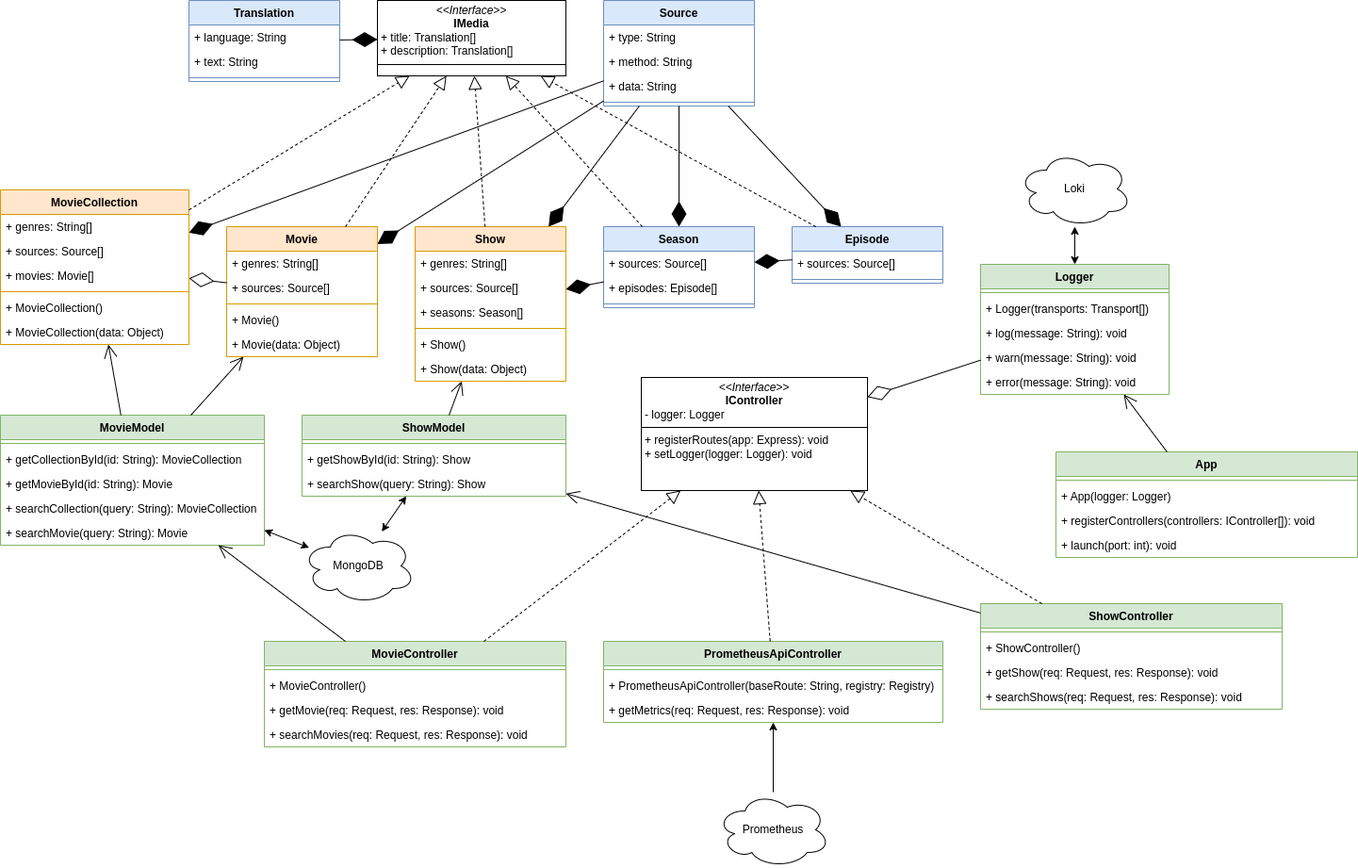
The draw.io diagram docs/img/mdb-classes.png in TimKral5/mediadb, before a commit. Source tidied: cells renumbered, new cells last; positions are measured from the earlier drawing's top-left corner, leaving out a move shared by most shapes.
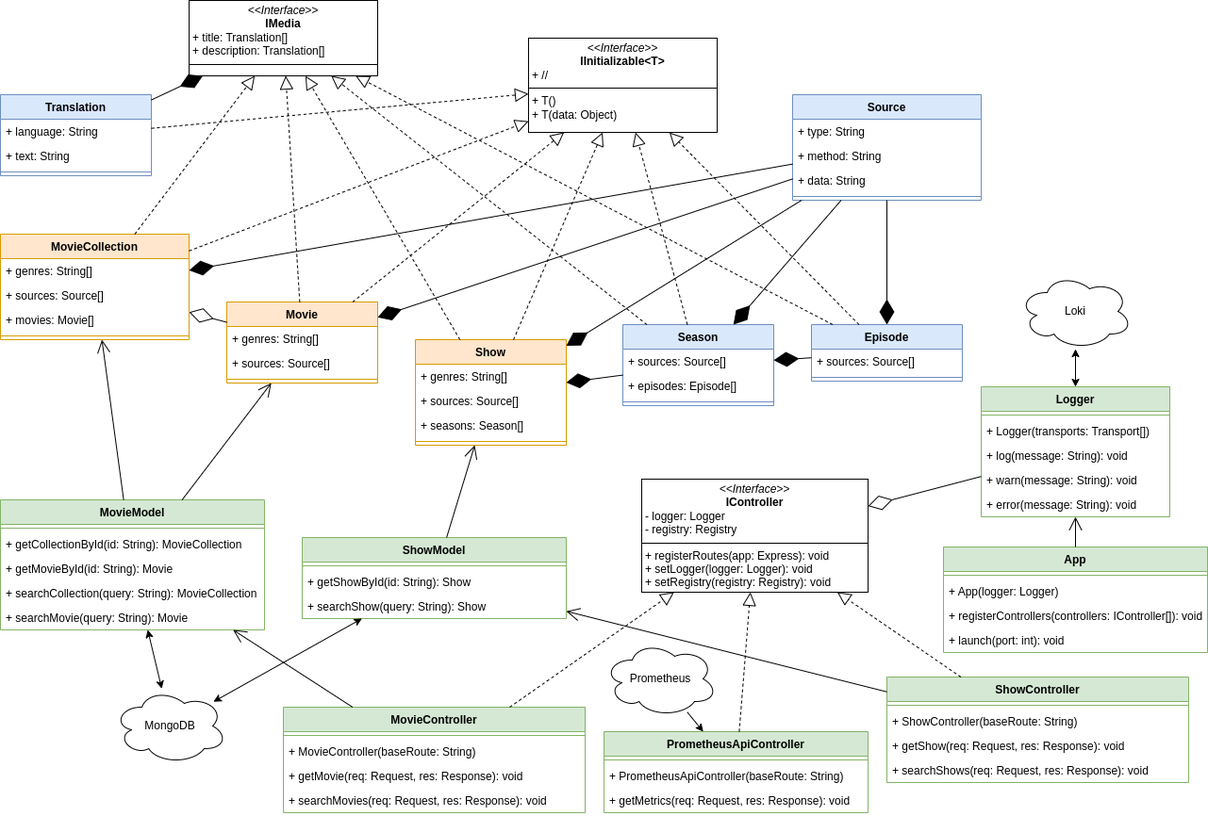
Above is the later version.

Commit message:
add interface for constructors of database types to class diagram

What changed in the source:
```diff
@@ -5,3 +5,3 @@
     <mxCell id="2" value="Movie" style="swimlane;fontStyle=1;align=center;verticalAlign=top;horizontal=1;startSize=26;whiteSpace=wrap;html=1;fillColor=#ffe6cc;strokeColor=#d79b00;" parent="1" vertex="1">
-      <mxGeometry x="240" y="240" width="160" height="138" as="geometry" />
+      <mxGeometry x="320" y="420" width="160" height="86" as="geometry" />
     </mxCell>
@@ -16,10 +16,4 @@
     </mxCell>
-    <mxCell id="6" value="+ Movie()" style="text;strokeColor=none;fillColor=none;align=left;verticalAlign=top;spacingLeft=4;spacingRight=4;overflow=hidden;whiteSpace=wrap;html=1;" parent="2" vertex="1">
-      <mxGeometry y="86" width="160" height="26" as="geometry" />
-    </mxCell>
-    <mxCell id="7" value="+ Movie(data: Object)" style="text;strokeColor=none;fillColor=none;align=left;verticalAlign=top;spacingLeft=4;spacingRight=4;overflow=hidden;whiteSpace=wrap;html=1;" parent="2" vertex="1">
-      <mxGeometry y="112" width="160" height="26" as="geometry" />
-    </mxCell>
     <mxCell id="8" value="Translation" style="swimlane;fontStyle=1;align=center;verticalAlign=top;horizontal=1;startSize=26;whiteSpace=wrap;html=1;fillColor=#dae8fc;strokeColor=#6c8ebf;" parent="1" vertex="1">
-      <mxGeometry x="200" width="160" height="86" as="geometry" />
+      <mxGeometry x="80" y="200" width="160" height="86" as="geometry" />
     </mxCell>
@@ -35,3 +29,3 @@
     <mxCell id="12" value="Show" style="swimlane;fontStyle=1;align=center;verticalAlign=top;horizontal=1;startSize=26;whiteSpace=wrap;html=1;fillColor=#ffe6cc;strokeColor=#d79b00;" parent="1" vertex="1">
-      <mxGeometry x="440" y="240" width="160" height="164" as="geometry" />
+      <mxGeometry x="520" y="460" width="160" height="112" as="geometry" />
     </mxCell>
@@ -49,10 +43,4 @@
     </mxCell>
-    <mxCell id="17" value="+ Show()" style="text;strokeColor=none;fillColor=none;align=left;verticalAlign=top;spacingLeft=4;spacingRight=4;overflow=hidden;whiteSpace=wrap;html=1;" parent="12" vertex="1">
-      <mxGeometry y="112" width="160" height="26" as="geometry" />
-    </mxCell>
-    <mxCell id="18" value="+ Show(data: Object)" style="text;strokeColor=none;fillColor=none;align=left;verticalAlign=top;spacingLeft=4;spacingRight=4;overflow=hidden;whiteSpace=wrap;html=1;" parent="12" vertex="1">
-      <mxGeometry y="138" width="160" height="26" as="geometry" />
-    </mxCell>
     <mxCell id="19" value="&lt;p style=&quot;margin:0px;margin-top:4px;text-align:center;&quot;&gt;&lt;i&gt;&amp;lt;&amp;lt;Interface&amp;gt;&amp;gt;&lt;/i&gt;&lt;br&gt;&lt;b&gt;IMedia&lt;/b&gt;&lt;/p&gt;&lt;p style=&quot;margin:0px;margin-left:4px;&quot;&gt;&lt;span style=&quot;background-color: transparent; color: light-dark(rgb(0, 0, 0), rgb(255, 255, 255));&quot;&gt;+ title: Translation[]&lt;/span&gt;&lt;/p&gt;&lt;p style=&quot;margin:0px;margin-left:4px;&quot;&gt;+ description: Translation[]&lt;/p&gt;&lt;hr size=&quot;1&quot; style=&quot;border-style:solid;&quot;&gt;&lt;p style=&quot;margin:0px;margin-left:4px;&quot;&gt;&lt;br&gt;&lt;/p&gt;" style="verticalAlign=top;align=left;overflow=fill;html=1;whiteSpace=wrap;" parent="1" vertex="1">
-      <mxGeometry x="400" width="200" height="80" as="geometry" />
+      <mxGeometry x="280" y="100" width="200" height="80" as="geometry" />
     </mxCell>
@@ -68,3 +56,3 @@
     <mxCell id="23" value="Season" style="swimlane;fontStyle=1;align=center;verticalAlign=top;horizontal=1;startSize=26;whiteSpace=wrap;html=1;fillColor=#dae8fc;strokeColor=#6c8ebf;" parent="1" vertex="1">
-      <mxGeometry x="640" y="240" width="160" height="86" as="geometry" />
+      <mxGeometry x="740" y="444" width="160" height="86" as="geometry" />
     </mxCell>
@@ -83,15 +71,15 @@
     <mxCell id="28" value="Source" style="swimlane;fontStyle=1;align=center;verticalAlign=top;horizontal=1;startSize=26;whiteSpace=wrap;html=1;fillColor=#dae8fc;strokeColor=#6c8ebf;" parent="1" vertex="1">
-      <mxGeometry x="640" width="160" height="112" as="geometry" />
+      <mxGeometry x="920" y="200" width="200" height="112" as="geometry" />
     </mxCell>
     <mxCell id="29" value="+ type: String" style="text;strokeColor=none;fillColor=none;align=left;verticalAlign=top;spacingLeft=4;spacingRight=4;overflow=hidden;whiteSpace=wrap;html=1;" parent="28" vertex="1">
-      <mxGeometry y="26" width="160" height="26" as="geometry" />
+      <mxGeometry y="26" width="200" height="26" as="geometry" />
     </mxCell>
     <mxCell id="30" value="+ method: String" style="text;strokeColor=none;fillColor=none;align=left;verticalAlign=top;spacingLeft=4;spacingRight=4;overflow=hidden;whiteSpace=wrap;html=1;" parent="28" vertex="1">
-      <mxGeometry y="52" width="160" height="26" as="geometry" />
+      <mxGeometry y="52" width="200" height="26" as="geometry" />
     </mxCell>
     <mxCell id="31" value="+ data: String" style="text;strokeColor=none;fillColor=none;align=left;verticalAlign=top;spacingLeft=4;spacingRight=4;overflow=hidden;whiteSpace=wrap;html=1;" parent="28" vertex="1">
-      <mxGeometry y="78" width="160" height="26" as="geometry" />
+      <mxGeometry y="78" width="200" height="26" as="geometry" />
     </mxCell>
     <mxCell id="32" style="line;strokeWidth=1;fillColor=none;align=left;verticalAlign=middle;spacingTop=-1;spacingLeft=3;spacingRight=3;labelPosition=right;strokeColor=inherit;" parent="28" vertex="1">
-      <mxGeometry y="104" width="160" height="8" as="geometry" />
+      <mxGeometry y="104" width="200" height="8" as="geometry" />
     </mxCell>
@@ -104,3 +92,3 @@
     <mxCell id="35" value="Episode" style="swimlane;fontStyle=1;align=center;verticalAlign=top;horizontal=1;startSize=26;whiteSpace=wrap;html=1;fillColor=#dae8fc;strokeColor=#6c8ebf;" parent="1" vertex="1">
-      <mxGeometry x="840" y="240" width="160" height="60" as="geometry" />
+      <mxGeometry x="940" y="444" width="160" height="60" as="geometry" />
     </mxCell>
@@ -119,3 +107,3 @@
     <mxCell id="40" value="MovieCollection" style="swimlane;fontStyle=1;align=center;verticalAlign=top;horizontal=1;startSize=26;whiteSpace=wrap;html=1;fillColor=#ffe6cc;strokeColor=#d79b00;" parent="1" vertex="1">
-      <mxGeometry y="201" width="200" height="164" as="geometry" />
+      <mxGeometry x="80" y="348" width="200" height="112" as="geometry" />
     </mxCell>
@@ -133,8 +121,2 @@
     </mxCell>
-    <mxCell id="45" value="+ MovieCollection()" style="text;strokeColor=none;fillColor=none;align=left;verticalAlign=top;spacingLeft=4;spacingRight=4;overflow=hidden;whiteSpace=wrap;html=1;" parent="40" vertex="1">
-      <mxGeometry y="112" width="200" height="26" as="geometry" />
-    </mxCell>
-    <mxCell id="46" value="+ MovieCollection(data: Object)" style="text;strokeColor=none;fillColor=none;align=left;verticalAlign=top;spacingLeft=4;spacingRight=4;overflow=hidden;whiteSpace=wrap;html=1;" parent="40" vertex="1">
-      <mxGeometry y="138" width="200" height="26" as="geometry" />
-    </mxCell>
     <mxCell id="47" style="endArrow=diamondThin;endFill=1;endSize=24;html=1;rounded=0;" parent="1" edge="1" source="28" target="35">
@@ -152,6 +134,6 @@
     <mxCell id="51" value="MongoDB" style="ellipse;shape=cloud;whiteSpace=wrap;html=1;" parent="1" vertex="1">
-      <mxGeometry x="320" y="560" width="120" height="80" as="geometry" />
+      <mxGeometry x="200" y="830" width="120" height="80" as="geometry" />
     </mxCell>
     <mxCell id="52" value="MovieModel" style="swimlane;fontStyle=1;align=center;verticalAlign=top;horizontal=1;startSize=26;whiteSpace=wrap;html=1;fillColor=#d5e8d4;strokeColor=#82b366;" parent="1" vertex="1">
-      <mxGeometry y="440" width="280" height="138" as="geometry" />
+      <mxGeometry x="80" y="630" width="280" height="138" as="geometry" />
     </mxCell>
@@ -176,3 +158,3 @@
     <mxCell id="59" value="ShowModel" style="swimlane;fontStyle=1;align=center;verticalAlign=top;horizontal=1;startSize=26;whiteSpace=wrap;html=1;fillColor=#d5e8d4;strokeColor=#82b366;" parent="1" vertex="1">
-      <mxGeometry x="320" y="440" width="280" height="86" as="geometry" />
+      <mxGeometry x="400" y="670" width="280" height="86" as="geometry" />
     </mxCell>
@@ -206,3 +188,3 @@
     <mxCell id="69" value="ShowController" style="swimlane;fontStyle=1;align=center;verticalAlign=top;horizontal=1;startSize=26;whiteSpace=wrap;html=1;fillColor=#d5e8d4;strokeColor=#82b366;" parent="1" vertex="1">
-      <mxGeometry x="1040" y="640" width="320" height="112" as="geometry" />
+      <mxGeometry x="1020" y="818" width="320" height="112" as="geometry" />
     </mxCell>
@@ -211,3 +193,3 @@
     </mxCell>
-    <mxCell id="71" value="+ ShowController()" style="text;strokeColor=none;fillColor=none;align=left;verticalAlign=top;spacingLeft=4;spacingRight=4;overflow=hidden;whiteSpace=wrap;html=1;" parent="69" vertex="1">
+    <mxCell id="71" value="+ ShowController(baseRoute: String)" style="text;strokeColor=none;fillColor=none;align=left;verticalAlign=top;spacingLeft=4;spacingRight=4;overflow=hidden;whiteSpace=wrap;html=1;" parent="69" vertex="1">
       <mxGeometry y="34" width="320" height="26" as="geometry" />
@@ -221,3 +203,3 @@
     <mxCell id="74" value="MovieController" style="swimlane;fontStyle=1;align=center;verticalAlign=top;horizontal=1;startSize=26;whiteSpace=wrap;html=1;fillColor=#d5e8d4;strokeColor=#82b366;" parent="1" vertex="1">
-      <mxGeometry x="280" y="680" width="320" height="112" as="geometry" />
+      <mxGeometry x="380" y="850" width="320" height="112" as="geometry" />
     </mxCell>
@@ -226,3 +208,3 @@
     </mxCell>
-    <mxCell id="76" value="+ MovieController()" style="text;strokeColor=none;fillColor=none;align=left;verticalAlign=top;spacingLeft=4;spacingRight=4;overflow=hidden;whiteSpace=wrap;html=1;" parent="74" vertex="1">
+    <mxCell id="76" value="+ MovieController(baseRoute: String)" style="text;strokeColor=none;fillColor=none;align=left;verticalAlign=top;spacingLeft=4;spacingRight=4;overflow=hidden;whiteSpace=wrap;html=1;" parent="74" vertex="1">
       <mxGeometry y="34" width="320" height="26" as="geometry" />
@@ -236,15 +218,15 @@
     <mxCell id="79" value="PrometheusApiController" style="swimlane;fontStyle=1;align=center;verticalAlign=top;horizontal=1;startSize=26;whiteSpace=wrap;html=1;fillColor=#d5e8d4;strokeColor=#82b366;" parent="1" vertex="1">
-      <mxGeometry x="640" y="680" width="360" height="86" as="geometry" />
+      <mxGeometry x="720" y="876" width="280" height="86" as="geometry" />
     </mxCell>
     <mxCell id="80" style="line;strokeWidth=1;fillColor=none;align=left;verticalAlign=middle;spacingTop=-1;spacingLeft=3;spacingRight=3;labelPosition=right;strokeColor=inherit;" parent="79" vertex="1">
-      <mxGeometry y="26" width="360" height="8" as="geometry" />
+      <mxGeometry y="26" width="280" height="8" as="geometry" />
     </mxCell>
-    <mxCell id="81" value="+ PrometheusApiController(baseRoute: String, registry: Registry)" style="text;strokeColor=none;fillColor=none;align=left;verticalAlign=top;spacingLeft=4;spacingRight=4;overflow=hidden;whiteSpace=wrap;html=1;" parent="79" vertex="1">
-      <mxGeometry y="34" width="360" height="26" as="geometry" />
+    <mxCell id="81" value="+ PrometheusApiController(baseRoute: String)" style="text;strokeColor=none;fillColor=none;align=left;verticalAlign=top;spacingLeft=4;spacingRight=4;overflow=hidden;whiteSpace=wrap;html=1;" parent="79" vertex="1">
+      <mxGeometry y="34" width="280" height="26" as="geometry" />
     </mxCell>
     <mxCell id="82" value="+ getMetrics(req: Request, res: Response): void" style="text;strokeColor=none;fillColor=none;align=left;verticalAlign=top;spacingLeft=4;spacingRight=4;overflow=hidden;whiteSpace=wrap;html=1;" parent="79" vertex="1">
-      <mxGeometry y="60" width="360" height="26" as="geometry" />
+      <mxGeometry y="60" width="280" height="26" as="geometry" />
     </mxCell>
-    <mxCell id="83" value="&lt;p style=&quot;margin:0px;margin-top:4px;text-align:center;&quot;&gt;&lt;i&gt;&amp;lt;&amp;lt;Interface&amp;gt;&amp;gt;&lt;/i&gt;&lt;br&gt;&lt;b&gt;IController&lt;/b&gt;&lt;/p&gt;&lt;p style=&quot;margin:0px;margin-left:4px;&quot;&gt;- logger: Logger&lt;/p&gt;&lt;hr size=&quot;1&quot; style=&quot;border-style:solid;&quot;&gt;&lt;p style=&quot;margin:0px;margin-left:4px;&quot;&gt;+ registerRoutes(app: Express): void&lt;/p&gt;&lt;p style=&quot;margin:0px;margin-left:4px;&quot;&gt;+ setLogger(logger: Logger): void&lt;/p&gt;" style="verticalAlign=top;align=left;overflow=fill;html=1;whiteSpace=wrap;" parent="1" vertex="1">
-      <mxGeometry x="680" y="400" width="240" height="120" as="geometry" />
+    <mxCell id="83" value="&lt;p style=&quot;margin:0px;margin-top:4px;text-align:center;&quot;&gt;&lt;i&gt;&amp;lt;&amp;lt;Interface&amp;gt;&amp;gt;&lt;/i&gt;&lt;br&gt;&lt;b&gt;IController&lt;/b&gt;&lt;/p&gt;&lt;p style=&quot;margin:0px;margin-left:4px;&quot;&gt;- logger: Logger&lt;/p&gt;&lt;p style=&quot;margin:0px;margin-left:4px;&quot;&gt;- registry: Registry&lt;/p&gt;&lt;hr size=&quot;1&quot; style=&quot;border-style:solid;&quot;&gt;&lt;p style=&quot;margin:0px;margin-left:4px;&quot;&gt;+ registerRoutes(app: Express): void&lt;/p&gt;&lt;p style=&quot;margin:0px;margin-left:4px;&quot;&gt;+ setLogger(logger: Logger): void&lt;/p&gt;&lt;p style=&quot;margin:0px;margin-left:4px;&quot;&gt;+ setRegistry(registry: Registry): void&lt;/p&gt;" style="verticalAlign=top;align=left;overflow=fill;html=1;whiteSpace=wrap;" parent="1" vertex="1">
+      <mxGeometry x="760" y="608" width="240" height="120" as="geometry" />
     </mxCell>
@@ -260,18 +242,18 @@
     <mxCell id="87" value="App" style="swimlane;fontStyle=1;align=center;verticalAlign=top;horizontal=1;startSize=26;whiteSpace=wrap;html=1;fillColor=#d5e8d4;strokeColor=#82b366;" parent="1" vertex="1">
-      <mxGeometry x="1120" y="479" width="320" height="112" as="geometry" />
+      <mxGeometry x="1080" y="680" width="280" height="112" as="geometry" />
     </mxCell>
     <mxCell id="88" style="line;strokeWidth=1;fillColor=none;align=left;verticalAlign=middle;spacingTop=-1;spacingLeft=3;spacingRight=3;labelPosition=right;strokeColor=inherit;" parent="87" vertex="1">
-      <mxGeometry y="26" width="320" height="8" as="geometry" />
+      <mxGeometry y="26" width="280" height="8" as="geometry" />
     </mxCell>
     <mxCell id="89" value="+ App(logger: Logger)" style="text;strokeColor=none;fillColor=none;align=left;verticalAlign=top;spacingLeft=4;spacingRight=4;overflow=hidden;whiteSpace=wrap;html=1;" parent="87" vertex="1">
-      <mxGeometry y="34" width="320" height="26" as="geometry" />
+      <mxGeometry y="34" width="280" height="26" as="geometry" />
     </mxCell>
     <mxCell id="90" value="+ registerControllers(controllers: IController[]): void" style="text;strokeColor=none;fillColor=none;align=left;verticalAlign=top;spacingLeft=4;spacingRight=4;overflow=hidden;whiteSpace=wrap;html=1;" parent="87" vertex="1">
-      <mxGeometry y="60" width="320" height="26" as="geometry" />
+      <mxGeometry y="60" width="280" height="26" as="geometry" />
     </mxCell>
     <mxCell id="91" value="+ launch(port: int): void" style="text;strokeColor=none;fillColor=none;align=left;verticalAlign=top;spacingLeft=4;spacingRight=4;overflow=hidden;whiteSpace=wrap;html=1;" parent="87" vertex="1">
-      <mxGeometry y="86" width="320" height="26" as="geometry" />
+      <mxGeometry y="86" width="280" height="26" as="geometry" />
     </mxCell>
     <mxCell id="92" value="Prometheus" style="ellipse;shape=cloud;whiteSpace=wrap;html=1;" parent="1" vertex="1">
-      <mxGeometry x="760" y="840" width="120" height="80" as="geometry" />
+      <mxGeometry x="720" y="780" width="120" height="80" as="geometry" />
     </mxCell>
@@ -281,6 +263,6 @@
     <mxCell id="94" value="Loki" style="ellipse;shape=cloud;whiteSpace=wrap;html=1;" parent="1" vertex="1">
-      <mxGeometry x="1080" y="160" width="120" height="80" as="geometry" />
+      <mxGeometry x="1160" y="390" width="120" height="80" as="geometry" />
     </mxCell>
     <mxCell id="95" value="Logger" style="swimlane;fontStyle=1;align=center;verticalAlign=top;horizontal=1;startSize=26;whiteSpace=wrap;html=1;fillColor=#d5e8d4;strokeColor=#82b366;" parent="1" vertex="1">
-      <mxGeometry x="1040" y="280" width="200" height="138" as="geometry" />
+      <mxGeometry x="1120" y="510" width="200" height="138" as="geometry" />
     </mxCell>
@@ -316,2 +298,23 @@
     </mxCell>
+    <mxCell id="106" value="&lt;p style=&quot;margin:0px;margin-top:4px;text-align:center;&quot;&gt;&lt;i&gt;&amp;lt;&amp;lt;Interface&amp;gt;&amp;gt;&lt;/i&gt;&lt;br&gt;&lt;b&gt;IInitializable&amp;lt;T&amp;gt;&lt;/b&gt;&lt;/p&gt;&lt;p style=&quot;margin:0px;margin-left:4px;&quot;&gt;&lt;span style=&quot;background-color: transparent; color: light-dark(rgb(0, 0, 0), rgb(255, 255, 255));&quot;&gt;+ //&lt;/span&gt;&lt;/p&gt;&lt;hr size=&quot;1&quot; style=&quot;border-style:solid;&quot;&gt;&lt;p style=&quot;margin:0px;margin-left:4px;&quot;&gt;+ T()&lt;/p&gt;&lt;p style=&quot;margin:0px;margin-left:4px;&quot;&gt;+ T(data: Object)&lt;/p&gt;" style="verticalAlign=top;align=left;overflow=fill;html=1;whiteSpace=wrap;" parent="1" vertex="1">
+      <mxGeometry x="640" y="140" width="200" height="100" as="geometry" />
+    </mxCell>
+    <mxCell id="107" style="endArrow=block;dashed=1;endFill=0;endSize=12;html=1;rounded=0;" parent="1" edge="1" source="35" target="106">
+      <mxGeometry relative="1" as="geometry" />
+    </mxCell>
+    <mxCell id="108" style="endArrow=block;dashed=1;endFill=0;endSize=12;html=1;rounded=0;" parent="1" edge="1" source="23" target="106">
+      <mxGeometry relative="1" as="geometry" />
+    </mxCell>
+    <mxCell id="109" style="endArrow=block;dashed=1;endFill=0;endSize=12;html=1;rounded=0;" parent="1" edge="1" source="12" target="106">
+      <mxGeometry relative="1" as="geometry" />
+    </mxCell>
+    <mxCell id="110" style="endArrow=block;dashed=1;endFill=0;endSize=12;html=1;rounded=0;" parent="1" edge="1" source="2" target="106">
+      <mxGeometry relative="1" as="geometry" />
+    </mxCell>
+    <mxCell id="111" style="endArrow=block;dashed=1;endFill=0;endSize=12;html=1;rounded=0;" parent="1" edge="1" source="40" target="106">
+      <mxGeometry relative="1" as="geometry" />
+    </mxCell>
+    <mxCell id="112" style="endArrow=block;dashed=1;endFill=0;endSize=12;html=1;rounded=0;" parent="1" edge="1" source="8" target="106">
+      <mxGeometry relative="1" as="geometry" />
+    </mxCell>
   </root>
```
